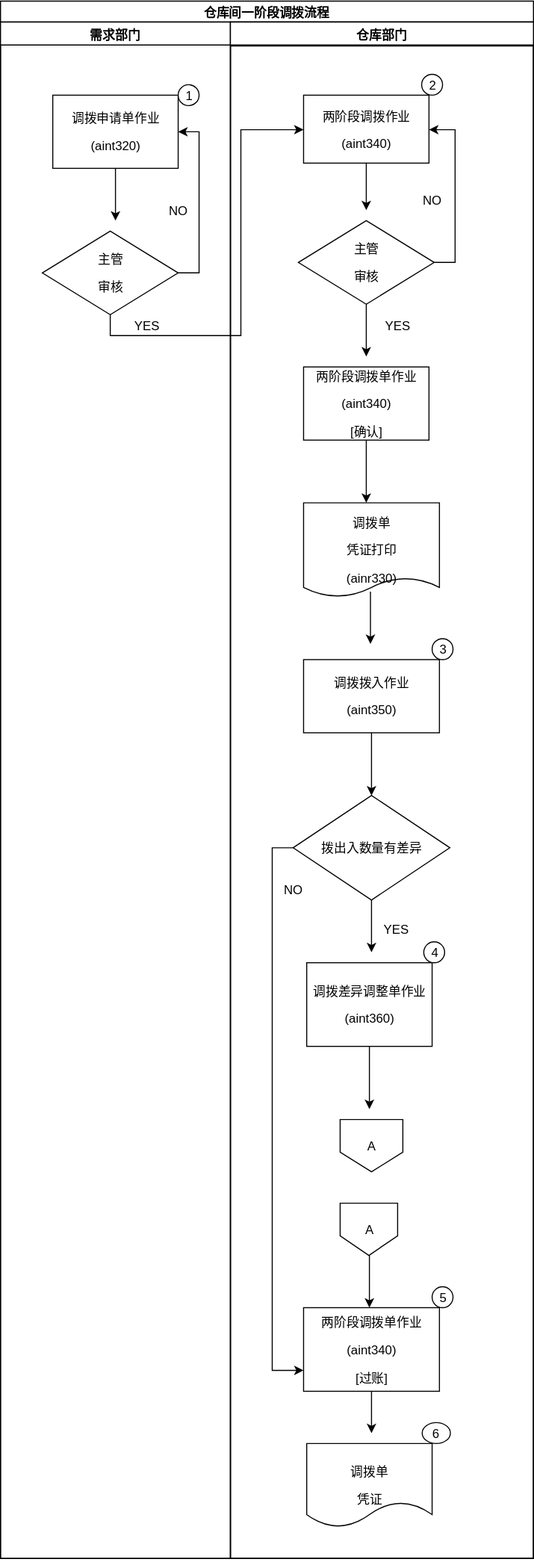
Earlier version of the draw.io export ver01/AIN006.svg (ft2017/sop). Source tidied: cells renumbered, new cells last; positions are measured from the earlier drawing's top-left corner, leaving out a move shared by most shapes.
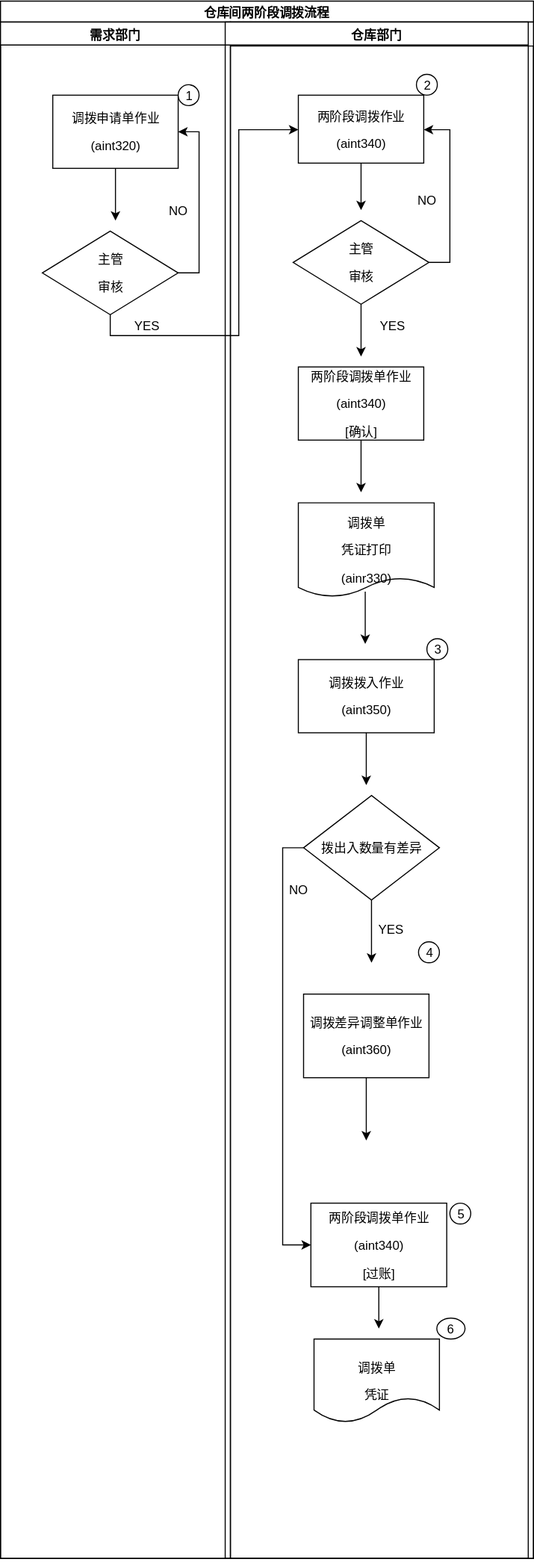
Later version of the same file.

The edit, as a diff of the source:
```diff
@@ -2,7 +2,7 @@
   <root>
     <mxCell id="0" />
     <mxCell id="1" parent="0" />
-    <mxCell id="2" value="&lt;b&gt;&lt;span&gt;仓库间一阶段调拨流程&lt;/span&gt;&lt;/b&gt;&lt;br&gt;" style="swimlane;html=1;startSize=20;" parent="1" vertex="1">
+    <mxCell id="2" value="&lt;b&gt;&lt;span&gt;仓库间两阶段调拨流程&lt;/span&gt;&lt;/b&gt;&lt;br&gt;" style="swimlane;html=1;startSize=20;" parent="1" vertex="1">
       <mxGeometry width="510" height="1490" as="geometry" />
     </mxCell>
     <mxCell id="3" value="需求部门" style="swimlane;html=1;startSize=22;" parent="2" vertex="1">
@@ -30,7 +30,7 @@
       <mxGeometry x="220" y="20" width="290" height="1470" as="geometry" />
     </mxCell>
     <mxCell id="11" value="仓库部门" style="swimlane;html=1;startSize=22;" parent="10" vertex="1">
-      <mxGeometry width="290" height="1470" as="geometry" />
+      <mxGeometry x="-5" width="290" height="1470" as="geometry" />
     </mxCell>
     <mxCell id="12" value="&lt;p align=&quot;center&quot;&gt;&lt;span&gt;调拨拨入作业&lt;/span&gt;&lt;/p&gt;&lt;p align=&quot;center&quot;&gt;&lt;span lang=&quot;EN-US&quot;&gt;(aint350)&lt;/span&gt;&lt;/p&gt;" style="whiteSpace=wrap;html=1;" parent="11" vertex="1">
       <mxGeometry x="70" y="610" width="130" height="70" as="geometry" />
@@ -69,37 +69,34 @@
       <mxGeometry x="193" y="590" width="20" height="20" as="geometry" />
     </mxCell>
     <mxCell id="23" value="&lt;p align=&quot;center&quot;&gt;&lt;span&gt;调拨差异调整单作业&lt;/span&gt;&lt;/p&gt;&lt;p align=&quot;center&quot;&gt;&lt;span lang=&quot;EN-US&quot;&gt;(aint360)&lt;/span&gt;&lt;/p&gt;" style="whiteSpace=wrap;html=1;" parent="11" vertex="1">
-      <mxGeometry x="73" y="900" width="120" height="80" as="geometry" />
+      <mxGeometry x="75" y="930" width="120" height="80" as="geometry" />
     </mxCell>
     <mxCell id="24" value="4" style="ellipse;whiteSpace=wrap;html=1;" parent="11" vertex="1">
       <mxGeometry x="185" y="880" width="20" height="20" as="geometry" />
     </mxCell>
     <mxCell id="25" value="5" style="ellipse;whiteSpace=wrap;html=1;" parent="11" vertex="1">
-      <mxGeometry x="193" y="1210" width="20" height="20" as="geometry" />
+      <mxGeometry x="215" y="1130" width="20" height="20" as="geometry" />
     </mxCell>
     <mxCell id="26" value="6" style="ellipse;whiteSpace=wrap;html=1;" parent="11" vertex="1">
-      <mxGeometry x="183" y="1340" width="27" height="20" as="geometry" />
+      <mxGeometry x="202" y="1240" width="27" height="20" as="geometry" />
     </mxCell>
     <mxCell id="27" value="&lt;p align=&quot;center&quot;&gt;&lt;span&gt;调拨单&lt;/span&gt;&lt;/p&gt;&lt;p align=&quot;center&quot;&gt;&lt;span&gt;凭证&lt;/span&gt;&lt;/p&gt;" style="shape=document;whiteSpace=wrap;html=1;" parent="11" vertex="1">
-      <mxGeometry x="73" y="1360" width="120" height="80" as="geometry" />
+      <mxGeometry x="85" y="1260" width="120" height="80" as="geometry" />
     </mxCell>
-    <mxCell id="28" value="A" style="shape=offPageConnector;whiteSpace=wrap;html=1;" parent="11" vertex="1">
-      <mxGeometry x="105" y="1050" width="60" height="50" as="geometry" />
-    </mxCell>
-    <mxCell id="29" value="A" style="shape=offPageConnector;whiteSpace=wrap;html=1;" parent="11" vertex="1">
-      <mxGeometry x="105" y="1130" width="55" height="50" as="geometry" />
-    </mxCell>
-    <mxCell id="30" style="edgeStyle=orthogonalEdgeStyle;rounded=0;html=1;exitX=0.5;exitY=0;entryX=0.5;entryY=0;jettySize=auto;orthogonalLoop=1;" parent="11" edge="1" source="29" target="29">
-      <mxGeometry relative="1" as="geometry" />
+    <mxCell id="30" style="edgeStyle=orthogonalEdgeStyle;rounded=0;html=1;exitX=0.5;exitY=0;entryX=0.5;entryY=0;jettySize=auto;orthogonalLoop=1;" parent="11" edge="1">
+      <mxGeometry relative="1" as="geometry">
+        <mxPoint x="133" y="1130" as="sourcePoint" />
+        <mxPoint x="133" y="1130" as="targetPoint" />
+      </mxGeometry>
     </mxCell>
     <mxCell id="31" value="&lt;p align=&quot;center&quot;&gt;&lt;span&gt;两阶段调拨单作业&lt;/span&gt;&lt;/p&gt;&lt;p align=&quot;center&quot;&gt;&lt;span lang=&quot;EN-US&quot;&gt;(aint340)&lt;/span&gt;&lt;/p&gt;&lt;p align=&quot;center&quot;&gt;&lt;span lang=&quot;EN-US&quot;&gt;[&lt;/span&gt;&lt;span&gt;过账&lt;/span&gt;&lt;span lang=&quot;EN-US&quot;&gt;]&lt;/span&gt;&lt;/p&gt;" style="whiteSpace=wrap;html=1;" parent="11" vertex="1">
-      <mxGeometry x="70" y="1230" width="130" height="80" as="geometry" />
+      <mxGeometry x="82" y="1130" width="130" height="80" as="geometry" />
     </mxCell>
     <mxCell id="32" value="YES" style="text;html=1;align=left;verticalAlign=top;spacingTop=-4;" parent="11" vertex="1">
       <mxGeometry x="145" y="859" width="40" height="20" as="geometry" />
     </mxCell>
     <mxCell id="33" value="NO" style="text;html=1;strokeColor=none;fillColor=none;align=center;verticalAlign=middle;whiteSpace=wrap;" parent="11" vertex="1">
-      <mxGeometry x="40" y="820" width="40" height="20" as="geometry" />
+      <mxGeometry x="50" y="820" width="40" height="20" as="geometry" />
     </mxCell>
     <mxCell id="34" style="edgeStyle=orthogonalEdgeStyle;rounded=0;html=1;exitX=0.5;exitY=1;entryX=0.5;entryY=1;jettySize=auto;orthogonalLoop=1;" parent="10" edge="1" source="11" target="11">
       <mxGeometry relative="1" as="geometry" />
@@ -112,54 +109,46 @@
         <mxPoint x="110" y="210" as="targetPoint" />
       </mxGeometry>
     </mxCell>
-    <mxCell id="37" style="edgeStyle=orthogonalEdgeStyle;rounded=0;html=1;exitX=0.5;exitY=1;jettySize=auto;" parent="1" edge="1" source="13">
-      <mxGeometry relative="1" as="geometry">
-        <mxPoint x="350" y="200" as="targetPoint" />
-      </mxGeometry>
-    </mxCell>
-    <mxCell id="38" style="edgeStyle=orthogonalEdgeStyle;rounded=0;html=1;exitX=0.5;exitY=1;jettySize=auto;" parent="1" edge="1" source="15">
-      <mxGeometry relative="1" as="geometry">
-        <mxPoint x="350" y="340" as="targetPoint" />
-      </mxGeometry>
-    </mxCell>
-    <mxCell id="39" style="edgeStyle=orthogonalEdgeStyle;rounded=0;html=1;exitX=0.5;exitY=1;jettySize=auto;" parent="1" edge="1" source="18">
-      <mxGeometry relative="1" as="geometry">
-        <mxPoint x="350" y="480" as="targetPoint" />
-      </mxGeometry>
-    </mxCell>
-    <mxCell id="40" style="edgeStyle=orthogonalEdgeStyle;rounded=0;html=1;exitX=0.5;exitY=1;jettySize=auto;" parent="1" edge="1" source="12" target="43">
-      <mxGeometry relative="1" as="geometry" />
-    </mxCell>
     <mxCell id="41" style="edgeStyle=orthogonalEdgeStyle;rounded=0;html=1;exitX=0.5;exitY=1;jettySize=auto;" parent="1" edge="1" source="43">
       <mxGeometry relative="1" as="geometry">
-        <mxPoint x="355" y="910" as="targetPoint" />
+        <mxPoint x="355" y="920" as="targetPoint" />
       </mxGeometry>
     </mxCell>
-    <mxCell id="42" style="edgeStyle=orthogonalEdgeStyle;rounded=0;html=1;exitX=0;exitY=0.5;entryX=0;entryY=0.75;jettySize=auto;" parent="1" edge="1" source="43" target="31">
-      <mxGeometry relative="1" as="geometry">
-        <Array as="points">
-          <mxPoint x="260" y="810" />
-          <mxPoint x="260" y="1310" />
-        </Array>
-      </mxGeometry>
+    <mxCell id="42" style="edgeStyle=orthogonalEdgeStyle;rounded=0;html=1;exitX=0;exitY=0.5;entryX=0;entryY=0.5;jettySize=auto;" parent="1" edge="1" source="43" target="31">
+      <mxGeometry relative="1" as="geometry" />
     </mxCell>
     <mxCell id="43" value="&lt;p align=&quot;center&quot;&gt;&lt;span&gt;拨出入数量有差异&lt;/span&gt;&lt;/p&gt;" style="rhombus;whiteSpace=wrap;html=1;" parent="1" vertex="1">
-      <mxGeometry x="280" y="760" width="150" height="100" as="geometry" />
+      <mxGeometry x="290" y="760" width="130" height="100" as="geometry" />
     </mxCell>
     <mxCell id="44" style="edgeStyle=orthogonalEdgeStyle;rounded=0;html=1;exitX=0.5;exitY=1;jettySize=auto;" parent="1" edge="1" source="23">
       <mxGeometry relative="1" as="geometry">
-        <mxPoint x="353" y="1060" as="targetPoint" />
+        <mxPoint x="350" y="1090" as="targetPoint" />
       </mxGeometry>
     </mxCell>
-    <mxCell id="45" style="edgeStyle=orthogonalEdgeStyle;rounded=0;html=1;exitX=0.5;exitY=1;jettySize=auto;" parent="1" edge="1" source="29">
-      <mxGeometry relative="1" as="geometry">
-        <mxPoint x="353" y="1250" as="targetPoint" />
-      </mxGeometry>
-    </mxCell>
-    <mxCell id="46" style="edgeStyle=orthogonalEdgeStyle;rounded=0;html=1;exitX=0.5;exitY=1;jettySize=auto;" parent="1" edge="1" source="31">
-      <mxGeometry relative="1" as="geometry">
-        <mxPoint x="355" y="1370" as="targetPoint" />
-      </mxGeometry>
-    </mxCell>
+    <mxCell id="47" style="edgeStyle=orthogonalEdgeStyle;rounded=0;html=1;exitX=0.5;exitY=1;jettySize=auto;" parent="1" edge="1" source="12">
+      <mxGeometry relative="1" as="geometry">
+        <mxPoint x="350" y="750" as="targetPoint" />
+      </mxGeometry>
+    </mxCell>
+    <mxCell id="48" style="edgeStyle=orthogonalEdgeStyle;rounded=0;html=1;exitX=0.5;exitY=1;jettySize=auto;" parent="1" edge="1" source="18">
+      <mxGeometry relative="1" as="geometry">
+        <mxPoint x="345" y="470" as="targetPoint" />
+      </mxGeometry>
+    </mxCell>
+    <mxCell id="49" style="edgeStyle=orthogonalEdgeStyle;rounded=0;html=1;exitX=0.5;exitY=1;jettySize=auto;" parent="1" edge="1" source="15">
+      <mxGeometry relative="1" as="geometry">
+        <mxPoint x="345" y="340" as="targetPoint" />
+      </mxGeometry>
+    </mxCell>
+    <mxCell id="50" style="edgeStyle=orthogonalEdgeStyle;rounded=0;html=1;exitX=0.5;exitY=1;jettySize=auto;" parent="1" edge="1" source="13">
+      <mxGeometry relative="1" as="geometry">
+        <mxPoint x="345" y="200" as="targetPoint" />
+      </mxGeometry>
+    </mxCell>
+    <mxCell id="51" style="edgeStyle=orthogonalEdgeStyle;rounded=0;html=1;exitX=0.5;exitY=1;jettySize=auto;" parent="1" edge="1" source="31">
+      <mxGeometry relative="1" as="geometry">
+        <mxPoint x="362" y="1270" as="targetPoint" />
+      </mxGeometry>
+    </mxCell>
   </root>
 </mxGraphModel>
```
